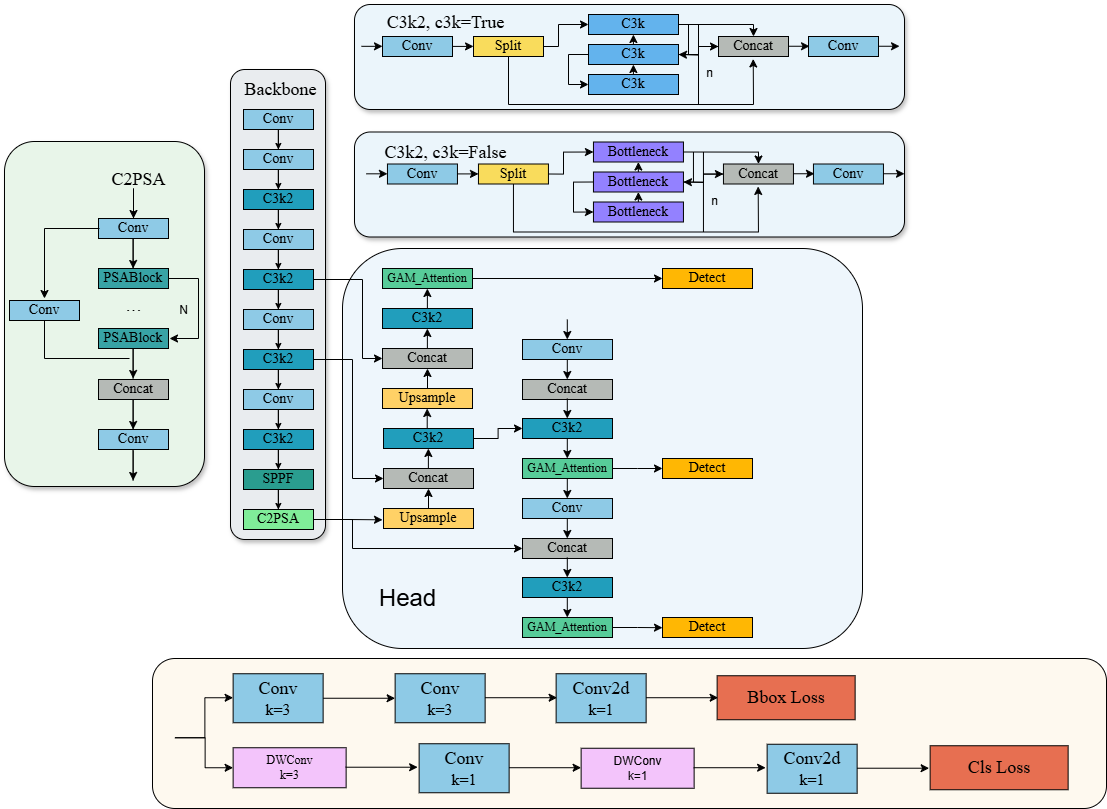
mapleovo1/YOLOv11-GAM-Attention-Lung-Nodule-Detection-Web keeps this draw.io diagram as lung-nodule-detection/images/YOLOv11m_GAM_Attention.png. Above is the earlier version. Source tidied: cells renumbered, new cells last; positions are measured from the earlier drawing's top-left corner, leaving out a move shared by most shapes.
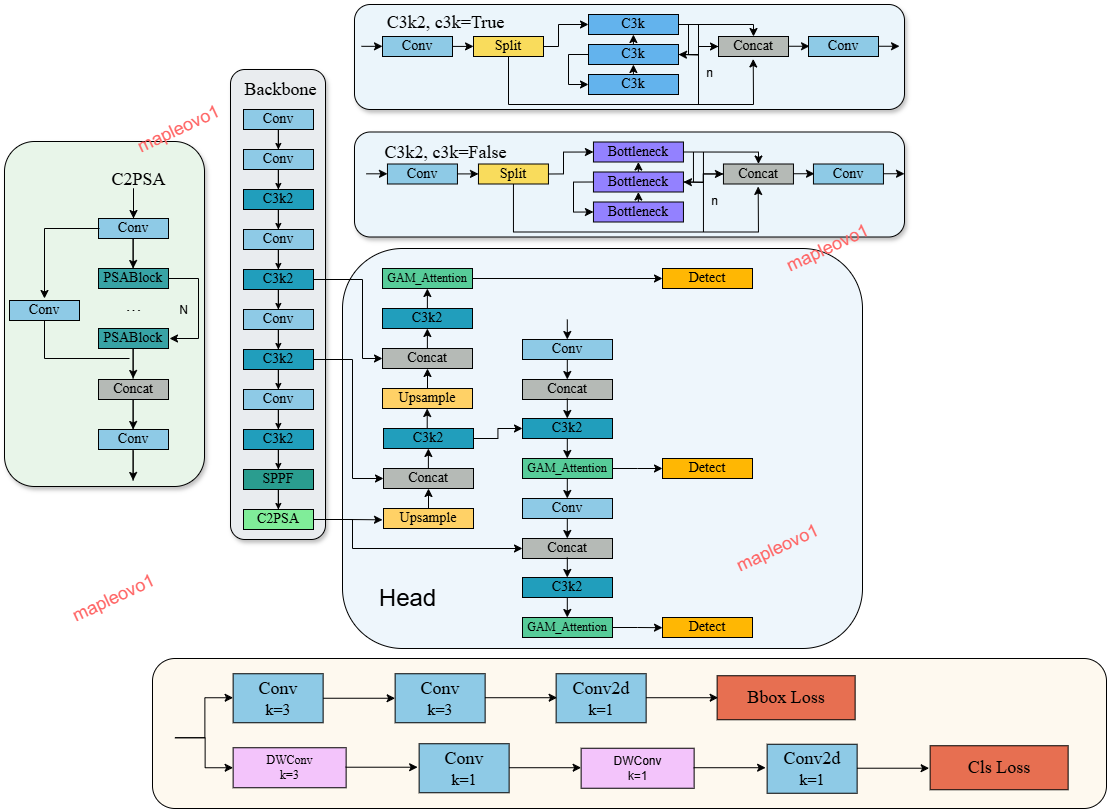
After the commit.

Change to the diagram source:
```diff
@@ -754,5 +754,17 @@
     <mxCell id="153" value="&lt;font style=&quot;font-size: 24px;&quot;&gt;Head&lt;/font&gt;" style="text;html=1;align=center;verticalAlign=middle;strokeColor=none;fillColor=none;" parent="1" vertex="1">
       <mxGeometry x="363.2" y="576" width="80" height="40" as="geometry" />
     </mxCell>
+    <mxCell id="154" value="&lt;font style=&quot;font-size: 18px;&quot;&gt;mapleovo1&lt;/font&gt;" style="text;html=1;align=center;verticalAlign=middle;strokeColor=none;fillColor=none;fontColor=#FF6666;rotation=-25;" parent="1" vertex="1">
+      <mxGeometry x="54" y="576" width="110" height="40" as="geometry" />
+    </mxCell>
+    <mxCell id="155" value="&lt;font style=&quot;font-size: 18px;&quot;&gt;mapleovo1&lt;/font&gt;" style="text;html=1;align=center;verticalAlign=middle;strokeColor=none;fillColor=none;fontColor=#FF6666;rotation=-25;" parent="1" vertex="1">
+      <mxGeometry x="718" y="526" width="110" height="40" as="geometry" />
+    </mxCell>
+    <mxCell id="156" value="&lt;font style=&quot;font-size: 18px;&quot;&gt;mapleovo1&lt;/font&gt;" style="text;html=1;align=center;verticalAlign=middle;strokeColor=none;fillColor=none;fontColor=#FF6666;rotation=-25;" parent="1" vertex="1">
+      <mxGeometry x="768" y="226" width="110" height="40" as="geometry" />
+    </mxCell>
+    <mxCell id="157" value="&lt;font style=&quot;font-size: 18px;&quot;&gt;mapleovo1&lt;/font&gt;" style="text;html=1;align=center;verticalAlign=middle;strokeColor=none;fillColor=none;fontColor=#FF6666;rotation=-25;" parent="1" vertex="1">
+      <mxGeometry x="118.6" y="107" width="110" height="40" as="geometry" />
+    </mxCell>
   </root>
 </mxGraphModel>
```
